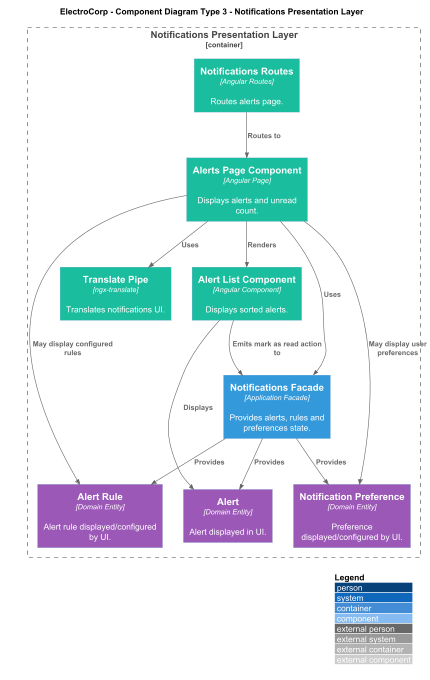
Earlier version of the PlantUML export assets/frontend-presentation-notification-components.png (upc-pre-202610-1asi0729-11896-ECorp/Electrocorp-report).
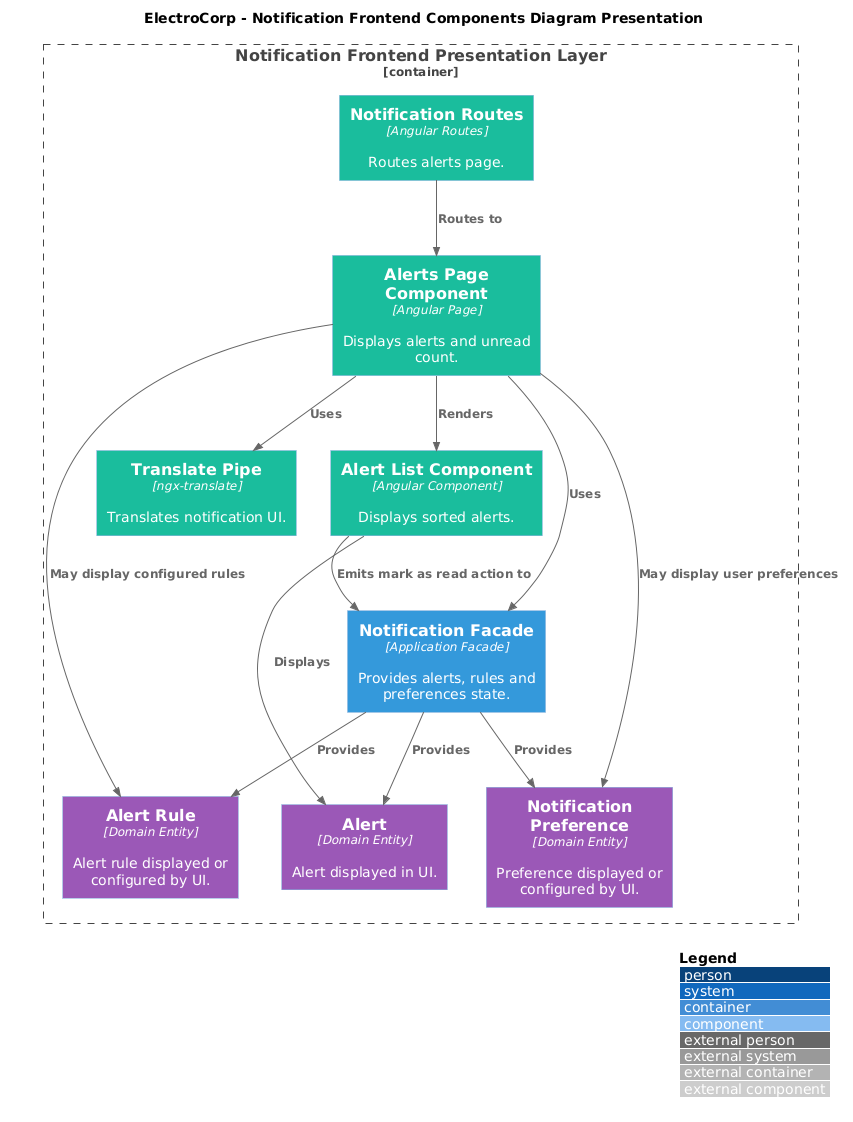
Above is the later version.

What changed in the source:
```diff
@@ -1,7 +1,7 @@
-@startuml ElectroCorp_Type3_Notifications_Presentation
+@startuml
 !includeurl https://raw.githubusercontent.com/plantuml-stdlib/C4-PlantUML/master/C4_Component.puml
 
-title ElectroCorp - Component Diagram Type 3 - Notifications Presentation Layer
+title ElectroCorp - Notification Frontend Components Diagram Presentation
 
 LAYOUT_WITH_LEGEND()
 
@@ -9,16 +9,17 @@
 AddComponentTag("application", $bgColor="#3498DB", $fontColor="#FFFFFF")
 AddComponentTag("domain", $bgColor="#9B59B6", $fontColor="#FFFFFF")
 
-Container_Boundary(notificationsPresentation, "Notifications Presentation Layer") {
-  Component(routes, "Notifications Routes", "Angular Routes", "Routes alerts page.", $tags="presentation")
+Container_Boundary(notificationPresentation, "Notification Frontend Presentation Layer") {
+  Component(routes, "Notification Routes", "Angular Routes", "Routes alerts page.", $tags="presentation")
   Component(alertsPage, "Alerts Page Component", "Angular Page", "Displays alerts and unread count.", $tags="presentation")
   Component(alertList, "Alert List Component", "Angular Component", "Displays sorted alerts.", $tags="presentation")
-  Component(translatePipe, "Translate Pipe", "ngx-translate", "Translates notifications UI.", $tags="presentation")
+  Component(translatePipe, "Translate Pipe", "ngx-translate", "Translates notification UI.", $tags="presentation")
 
-  Component(facade, "Notifications Facade", "Application Facade", "Provides alerts, rules and preferences state.", $tags="application")
+  Component(facade, "Notification Facade", "Application Facade", "Provides alerts, rules and preferences state.", $tags="application")
+
   Component(alert, "Alert", "Domain Entity", "Alert displayed in UI.", $tags="domain")
-  Component(alertRule, "Alert Rule", "Domain Entity", "Alert rule displayed/configured by UI.", $tags="domain")
-  Component(preference, "Notification Preference", "Domain Entity", "Preference displayed/configured by UI.", $tags="domain")
+  Component(alertRule, "Alert Rule", "Domain Entity", "Alert rule displayed or configured by UI.", $tags="domain")
+  Component(preference, "Notification Preference", "Domain Entity", "Preference displayed or configured by UI.", $tags="domain")
 }
 
 Rel(routes, alertsPage, "Routes to")
@@ -32,5 +33,4 @@
 Rel(facade, alert, "Provides")
 Rel(facade, alertRule, "Provides")
 Rel(facade, preference, "Provides")
-
 @enduml
```
